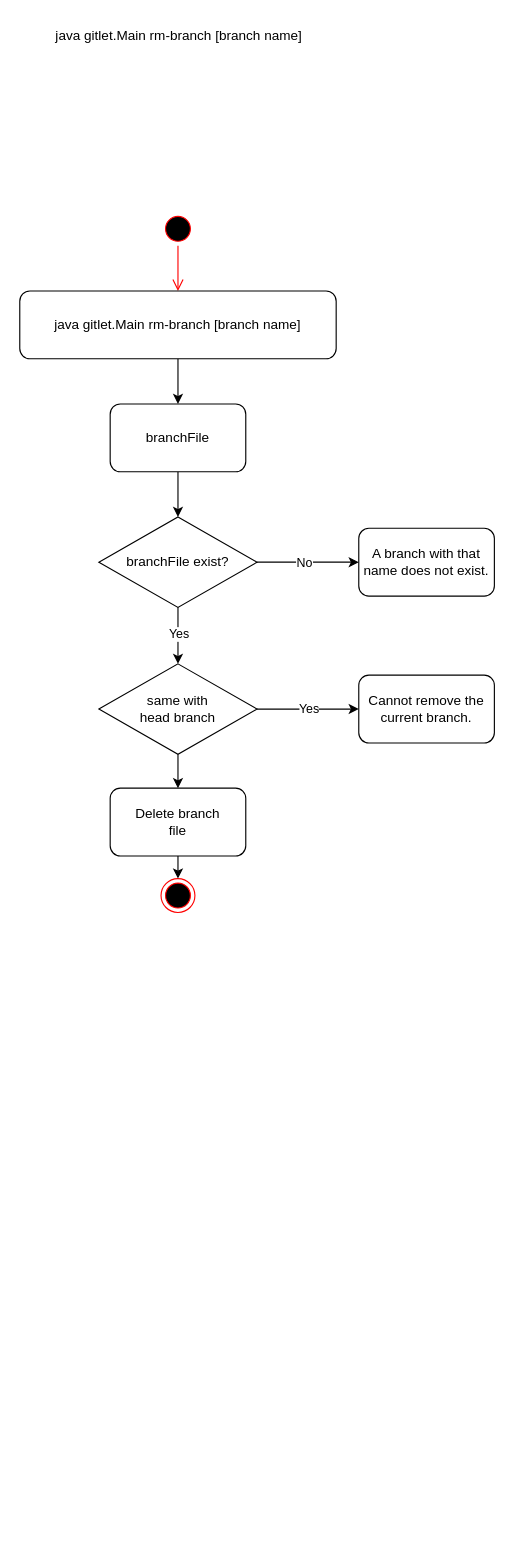
The draw.io diagram page "reset" (15 of 15) of proj2/design.drawio in hangocanh2303/cs61b-self-learning, before the edit. Source tidied: cells renumbered, new cells numbered last; positions are measured from the earlier drawing's top-left corner, leaving out a move shared by most shapes. Both pictures are drawn from the tidied source at 113%, with x=0, y=0 at pixel (19, 19).
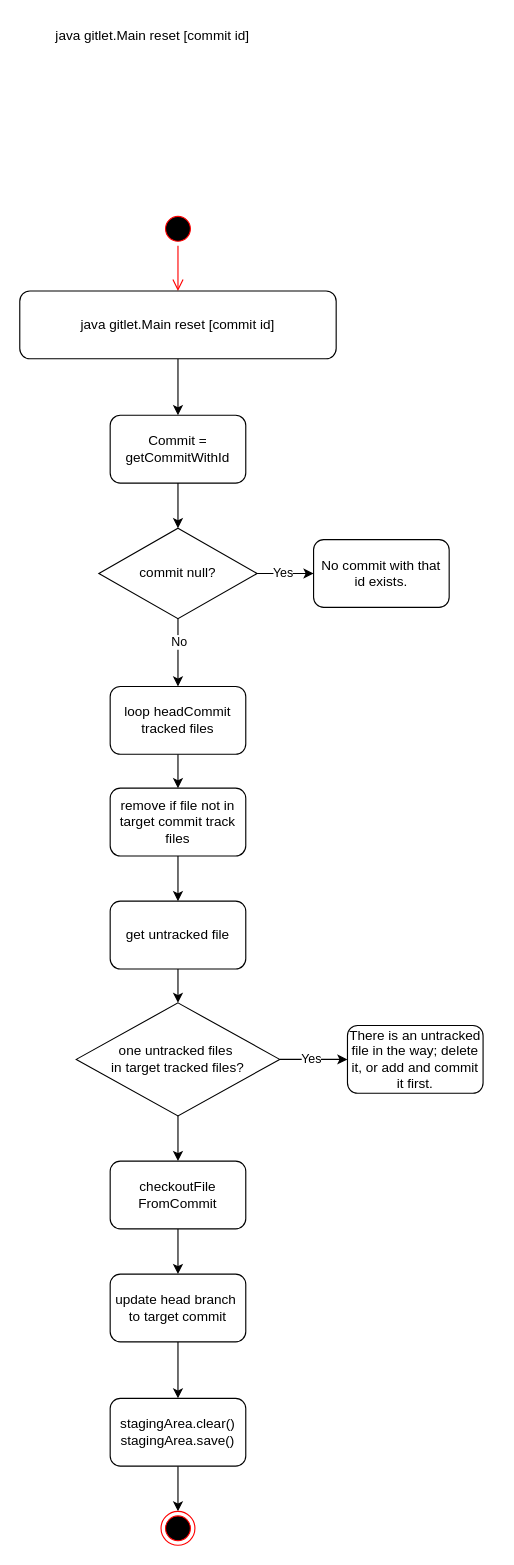
The same page after the edit.

Commit message (it also covers changes not shown here):
complete reset command

Diff of the diagram source:
```diff
@@
-    <mxCell id="2" value="java gitlet.Main rm-branch [branch name]" style="text;whiteSpace=wrap;" parent="1" vertex="1">
+    <mxCell id="2" value="java gitlet.Main reset [commit id]" style="text;whiteSpace=wrap;" parent="1" vertex="1">
       <mxGeometry x="30" width="280" height="40" as="geometry" />
     </mxCell>
@@
-    <mxCell id="5" style="edgeStyle=orthogonalEdgeStyle;rounded=0;jettySize=auto;html=1;exitX=0.5;exitY=1;exitDx=0;exitDy=0;entryX=0.5;entryY=0;entryDx=0;entryDy=0;" parent="1" edge="1" source="6" target="8">
-      <mxGeometry relative="1" as="geometry" />
-    </mxCell>
+    <mxCell id="23" style="edgeStyle=orthogonalEdgeStyle;rounded=0;jettySize=auto;html=1;exitX=0.5;exitY=1;exitDx=0;exitDy=0;entryX=0.5;entryY=0;entryDx=0;entryDy=0;" parent="1" edge="1" source="6" target="25">
+      <mxGeometry relative="1" as="geometry" />
+    </mxCell>
-    <mxCell id="6" value="&lt;div style=&quot;text-align: left;&quot;&gt;java gitlet.Main rm-branch [branch name]&lt;br&gt;&lt;/div&gt;" style="rounded=1;whiteSpace=wrap;html=1;" parent="1" vertex="1">
+    <mxCell id="6" value="&lt;div style=&quot;text-align: left;&quot;&gt;java gitlet.Main reset [commit id]&lt;br&gt;&lt;/div&gt;" style="rounded=1;whiteSpace=wrap;html=1;" parent="1" vertex="1">
       <mxGeometry y="240" width="280" height="60" as="geometry" />
     </mxCell>
-    <mxCell id="7" style="edgeStyle=orthogonalEdgeStyle;rounded=0;jettySize=auto;html=1;exitX=0.5;exitY=1;exitDx=0;exitDy=0;entryX=0.5;entryY=0;entryDx=0;entryDy=0;" parent="1" edge="1" source="8" target="13">
-      <mxGeometry relative="1" as="geometry" />
-    </mxCell>
-    <mxCell id="8" value="branchFile" style="rounded=1;whiteSpace=wrap;html=1;" parent="1" vertex="1">
-      <mxGeometry x="80" y="340" width="120" height="60" as="geometry" />
-    </mxCell>
-    <mxCell id="9" style="edgeStyle=orthogonalEdgeStyle;rounded=0;jettySize=auto;html=1;exitX=1;exitY=0.5;exitDx=0;exitDy=0;entryX=0;entryY=0.5;entryDx=0;entryDy=0;" parent="1" edge="1" source="13" target="14">
-      <mxGeometry relative="1" as="geometry" />
-    </mxCell>
+    <mxCell id="24" style="edgeStyle=orthogonalEdgeStyle;rounded=0;jettySize=auto;html=1;exitX=0.5;exitY=1;exitDx=0;exitDy=0;entryX=0.5;entryY=0;entryDx=0;entryDy=0;" parent="1" edge="1" source="25" target="29">
+      <mxGeometry relative="1" as="geometry" />
+    </mxCell>
+    <mxCell id="25" value="Commit = getCommitWithId" style="rounded=1;whiteSpace=wrap;html=1;" parent="1" vertex="1">
+      <mxGeometry x="80" y="350" width="120" height="60" as="geometry" />
+    </mxCell>
+    <mxCell id="26" style="edgeStyle=orthogonalEdgeStyle;rounded=0;jettySize=auto;html=1;exitX=1;exitY=0.5;exitDx=0;exitDy=0;entryX=0;entryY=0.5;entryDx=0;entryDy=0;" parent="1" edge="1" source="29" target="30">
+      <mxGeometry relative="1" as="geometry" />
+    </mxCell>
+    <mxCell id="27" value="Yes" style="edgeLabel;html=1;align=center;verticalAlign=middle;" parent="26" vertex="1">
+      <mxGeometry x="-0.14" y="1" relative="1" as="geometry" />
+    </mxCell>
+    <mxCell id="28" style="edgeStyle=orthogonalEdgeStyle;rounded=0;jettySize=auto;html=1;exitX=0.5;exitY=1;exitDx=0;exitDy=0;entryX=0.5;entryY=0;entryDx=0;entryDy=0;" parent="1" edge="1" source="29" target="37">
+      <mxGeometry relative="1" as="geometry" />
+    </mxCell>
-    <mxCell id="10" value="No" style="edgeLabel;html=1;align=center;verticalAlign=middle;" parent="9" vertex="1">
-      <mxGeometry x="-0.08" relative="1" as="geometry" />
+    <mxCell id="10" value="No" style="edgeLabel;html=1;align=center;verticalAlign=middle;" parent="28" vertex="1">
+      <mxGeometry x="-0.33" relative="1" as="geometry" />
     </mxCell>
-    <mxCell id="11" style="edgeStyle=orthogonalEdgeStyle;rounded=0;jettySize=auto;html=1;exitX=0.5;exitY=1;exitDx=0;exitDy=0;entryX=0.5;entryY=0;entryDx=0;entryDy=0;" parent="1" edge="1" source="13" target="20">
-      <mxGeometry relative="1" as="geometry" />
-    </mxCell>
-    <mxCell id="12" value="Yes" style="edgeLabel;html=1;align=center;verticalAlign=middle;" parent="11" vertex="1">
-      <mxGeometry x="-0.1" relative="1" as="geometry" />
-    </mxCell>
-    <mxCell id="13" value="branchFile exist?" style="rhombus;whiteSpace=wrap;html=1;" parent="1" vertex="1">
-      <mxGeometry x="70" y="440" width="140" height="80" as="geometry" />
-    </mxCell>
-    <mxCell id="14" value="A branch with that name does not exist." style="rounded=1;whiteSpace=wrap;html=1;" parent="1" vertex="1">
-      <mxGeometry x="300" y="450" width="120" height="60" as="geometry" />
-    </mxCell>
-    <mxCell id="15" value="Cannot remove the current branch." style="rounded=1;whiteSpace=wrap;html=1;" parent="1" vertex="1">
-      <mxGeometry x="300" y="580" width="120" height="60" as="geometry" />
-    </mxCell>
-    <mxCell id="16" style="ellipse;html=1;shape=endState;fillColor=#000000;strokeColor=#ff0000;" parent="1" vertex="1">
-      <mxGeometry x="125" y="760" width="30" height="30" as="geometry" />
-    </mxCell>
-    <mxCell id="17" style="edgeStyle=orthogonalEdgeStyle;rounded=0;jettySize=auto;html=1;exitX=1;exitY=0.5;exitDx=0;exitDy=0;entryX=0;entryY=0.5;entryDx=0;entryDy=0;" parent="1" edge="1" source="20" target="15">
-      <mxGeometry relative="1" as="geometry" />
-    </mxCell>
-    <mxCell id="18" value="Yes" style="edgeLabel;html=1;align=center;verticalAlign=middle;" parent="17" vertex="1">
-      <mxGeometry x="0.01" y="1" relative="1" as="geometry" />
-    </mxCell>
-    <mxCell id="19" style="edgeStyle=orthogonalEdgeStyle;rounded=0;jettySize=auto;html=1;exitX=0.5;exitY=1;exitDx=0;exitDy=0;entryX=0.5;entryY=0;entryDx=0;entryDy=0;" parent="1" edge="1" source="20" target="22">
-      <mxGeometry relative="1" as="geometry" />
-    </mxCell>
-    <mxCell id="20" value="same with&lt;div&gt;head branch&lt;/div&gt;" style="rhombus;whiteSpace=wrap;html=1;" parent="1" vertex="1">
-      <mxGeometry x="70" y="570" width="140" height="80" as="geometry" />
-    </mxCell>
-    <mxCell id="21" style="edgeStyle=orthogonalEdgeStyle;rounded=0;jettySize=auto;html=1;exitX=0.5;exitY=1;exitDx=0;exitDy=0;entryX=0.5;entryY=0;entryDx=0;entryDy=0;" parent="1" edge="1" source="22" target="16">
-      <mxGeometry relative="1" as="geometry" />
-    </mxCell>
-    <mxCell id="22" value="Delete branch&lt;div&gt;file&lt;/div&gt;" style="rounded=1;whiteSpace=wrap;html=1;" parent="1" vertex="1">
-      <mxGeometry x="80" y="680" width="120" height="60" as="geometry" />
-    </mxCell>
+    <mxCell id="29" value="commit null?" style="rhombus;whiteSpace=wrap;html=1;" parent="1" vertex="1">
+      <mxGeometry x="70" y="450" width="140" height="80" as="geometry" />
+    </mxCell>
+    <mxCell id="30" value="No commit with that id exists." style="rounded=1;whiteSpace=wrap;html=1;" parent="1" vertex="1">
+      <mxGeometry x="260" y="460" width="120" height="60" as="geometry" />
+    </mxCell>
+    <mxCell id="31" style="edgeStyle=orthogonalEdgeStyle;rounded=0;jettySize=auto;html=1;exitX=0.5;exitY=1;exitDx=0;exitDy=0;entryX=0.5;entryY=0;entryDx=0;entryDy=0;" parent="1" edge="1" source="32" target="33">
+      <mxGeometry relative="1" as="geometry" />
+    </mxCell>
+    <mxCell id="32" value="stagingArea.clear()&lt;br&gt;stagingArea.save()" style="rounded=1;whiteSpace=wrap;html=1;" parent="1" vertex="1">
+      <mxGeometry x="80" y="1220" width="120" height="60" as="geometry" />
+    </mxCell>
+    <mxCell id="33" style="ellipse;html=1;shape=endState;fillColor=#000000;strokeColor=#ff0000;" parent="1" vertex="1">
+      <mxGeometry x="125" y="1320" width="30" height="30" as="geometry" />
+    </mxCell>
+    <mxCell id="34" style="edgeStyle=orthogonalEdgeStyle;rounded=0;jettySize=auto;html=1;exitX=0.5;exitY=1;exitDx=0;exitDy=0;" parent="1" edge="1" source="35" target="39">
+      <mxGeometry relative="1" as="geometry" />
+    </mxCell>
+    <mxCell id="35" value="remove if file not in&lt;br&gt;target commit track files" style="rounded=1;whiteSpace=wrap;html=1;" parent="1" vertex="1">
+      <mxGeometry x="80" y="680" width="120" height="60" as="geometry" />
+    </mxCell>
+    <mxCell id="36" style="edgeStyle=orthogonalEdgeStyle;rounded=0;jettySize=auto;html=1;exitX=0.5;exitY=1;exitDx=0;exitDy=0;entryX=0.5;entryY=0;entryDx=0;entryDy=0;" parent="1" edge="1" source="37" target="35">
+      <mxGeometry relative="1" as="geometry" />
+    </mxCell>
+    <mxCell id="37" value="loop headCommit&lt;br&gt;tracked files" style="rounded=1;whiteSpace=wrap;html=1;" parent="1" vertex="1">
+      <mxGeometry x="80" y="590" width="120" height="60" as="geometry" />
+    </mxCell>
+    <mxCell id="38" style="edgeStyle=orthogonalEdgeStyle;rounded=0;jettySize=auto;html=1;exitX=0.5;exitY=1;exitDx=0;exitDy=0;entryX=0.5;entryY=0;entryDx=0;entryDy=0;" parent="1" edge="1" source="39" target="43">
+      <mxGeometry relative="1" as="geometry" />
+    </mxCell>
+    <mxCell id="39" value="get untracked file" style="rounded=1;whiteSpace=wrap;html=1;" parent="1" vertex="1">
+      <mxGeometry x="80" y="780" width="120" height="60" as="geometry" />
+    </mxCell>
+    <mxCell id="40" style="edgeStyle=orthogonalEdgeStyle;rounded=0;jettySize=auto;html=1;exitX=1;exitY=0.5;exitDx=0;exitDy=0;entryX=0;entryY=0.5;entryDx=0;entryDy=0;" parent="1" edge="1" source="43" target="44">
+      <mxGeometry relative="1" as="geometry" />
+    </mxCell>
+    <mxCell id="41" value="Yes" style="edgeLabel;html=1;align=center;verticalAlign=middle;" parent="40" vertex="1">
+      <mxGeometry x="-0.1" y="1" relative="1" as="geometry" />
+    </mxCell>
+    <mxCell id="42" style="edgeStyle=orthogonalEdgeStyle;rounded=0;jettySize=auto;html=1;exitX=0.5;exitY=1;exitDx=0;exitDy=0;entryX=0.5;entryY=0;entryDx=0;entryDy=0;" parent="1" edge="1" source="43" target="46">
+      <mxGeometry relative="1" as="geometry" />
+    </mxCell>
+    <mxCell id="43" value="one untracked files&amp;nbsp;&lt;br&gt;in target tracked files?" style="rhombus;whiteSpace=wrap;html=1;" parent="1" vertex="1">
+      <mxGeometry x="50" y="870" width="180" height="100" as="geometry" />
+    </mxCell>
+    <mxCell id="44" value="There is an untracked file in the way; delete it, or add and commit it first." style="rounded=1;whiteSpace=wrap;html=1;" parent="1" vertex="1">
+      <mxGeometry x="290" y="890" width="120" height="60" as="geometry" />
+    </mxCell>
+    <mxCell id="45" style="edgeStyle=orthogonalEdgeStyle;rounded=0;jettySize=auto;html=1;exitX=0.5;exitY=1;exitDx=0;exitDy=0;entryX=0.5;entryY=0;entryDx=0;entryDy=0;" parent="1" edge="1" source="46" target="48">
+      <mxGeometry relative="1" as="geometry" />
+    </mxCell>
+    <mxCell id="46" value="checkoutFile&lt;br&gt;FromCommit" style="rounded=1;whiteSpace=wrap;html=1;" parent="1" vertex="1">
+      <mxGeometry x="80" y="1010" width="120" height="60" as="geometry" />
+    </mxCell>
+    <mxCell id="47" style="edgeStyle=orthogonalEdgeStyle;rounded=0;jettySize=auto;html=1;exitX=0.5;exitY=1;exitDx=0;exitDy=0;entryX=0.5;entryY=0;entryDx=0;entryDy=0;" parent="1" edge="1" source="48" target="32">
+      <mxGeometry relative="1" as="geometry" />
+    </mxCell>
+    <mxCell id="48" value="update head branch&amp;nbsp;&lt;br&gt;to target commit" style="rounded=1;whiteSpace=wrap;html=1;" parent="1" vertex="1">
+      <mxGeometry x="80" y="1110" width="120" height="60" as="geometry" />
+    </mxCell>
```
